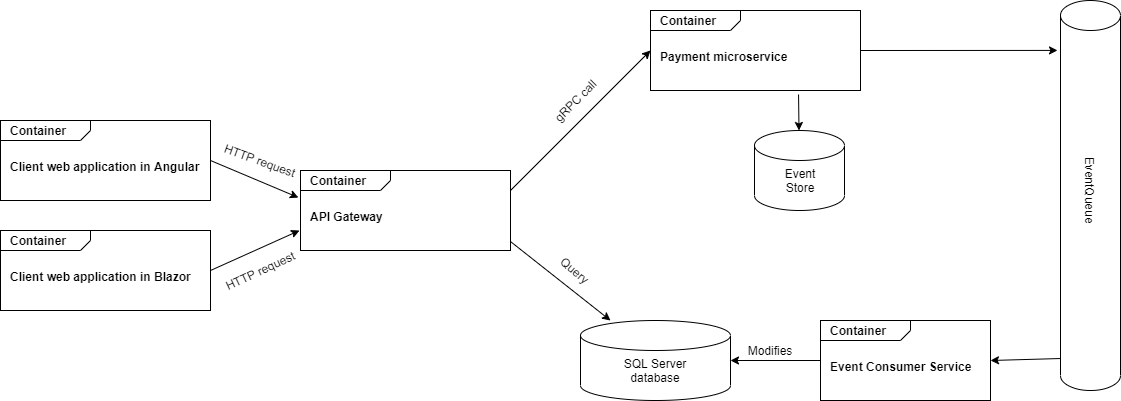
This is Components.png from regig4/NewPlace, a draw.io export, as it was before one commit. Source tidied: cells renumbered, new cells last; positions are measured from the earlier drawing's top-left corner, leaving out a move shared by most shapes.
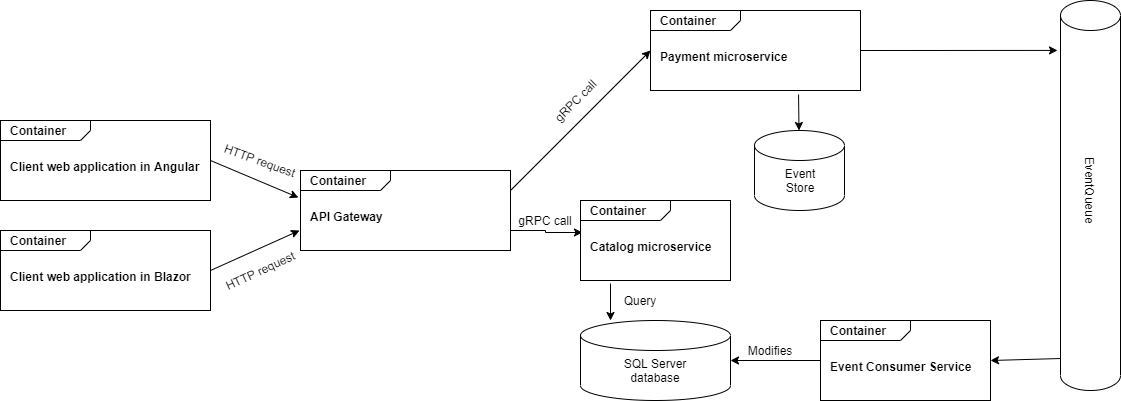
After the commit.

Change to the diagram source:
```diff
@@ -8,6 +8,9 @@
     <mxCell id="3" value="&lt;p style=&quot;margin: 0px ; margin-top: 4px ; margin-left: 10px ; text-align: left&quot;&gt;&lt;b&gt;Container&lt;/b&gt;&lt;/p&gt;&lt;p style=&quot;margin: 0px ; margin-top: 4px ; margin-left: 10px ; text-align: left&quot;&gt;&lt;b&gt;&lt;br&gt;&lt;/b&gt;&lt;/p&gt;&lt;p style=&quot;margin: 0px ; margin-top: 4px ; margin-left: 10px ; text-align: left&quot;&gt;&lt;b&gt;Client web application in Blazor&lt;/b&gt;&lt;/p&gt;" style="html=1;strokeWidth=1;shape=mxgraph.sysml.package;html=1;overflow=fill;whiteSpace=wrap;" parent="1" vertex="1">
       <mxGeometry y="230" width="210" height="80" as="geometry" />
     </mxCell>
+    <mxCell id="26" style="edgeStyle=orthogonalEdgeStyle;rounded=0;jettySize=auto;html=1;exitX=1;exitY=0.75;exitDx=0;exitDy=0;exitPerimeter=0;entryX=0.013;entryY=0.4;entryDx=0;entryDy=0;entryPerimeter=0;" parent="1" edge="1" source="4" target="27">
+      <mxGeometry relative="1" as="geometry" />
+    </mxCell>
     <mxCell id="4" value="&lt;p style=&quot;margin: 0px ; margin-top: 4px ; margin-left: 10px ; text-align: left&quot;&gt;&lt;b&gt;Container&lt;/b&gt;&lt;/p&gt;&lt;p style=&quot;margin: 0px ; margin-top: 4px ; margin-left: 10px ; text-align: left&quot;&gt;&lt;b&gt;&lt;br&gt;&lt;/b&gt;&lt;/p&gt;&lt;p style=&quot;margin: 0px ; margin-top: 4px ; margin-left: 10px ; text-align: left&quot;&gt;&lt;b&gt;API Gateway&lt;/b&gt;&lt;/p&gt;" style="html=1;strokeWidth=1;shape=mxgraph.sysml.package;html=1;overflow=fill;whiteSpace=wrap;" parent="1" vertex="1">
       <mxGeometry x="300" y="170" width="210" height="80" as="geometry" />
     </mxCell>
@@ -25,7 +28,7 @@
     <mxCell id="8" value="SQL Server database" style="text;html=1;strokeColor=none;fillColor=none;align=center;verticalAlign=middle;whiteSpace=wrap;rounded=0;" parent="1" vertex="1">
       <mxGeometry x="605" y="360" width="100" height="20" as="geometry" />
     </mxCell>
-    <mxCell id="9" style="endArrow=classic;html=1;exitX=1;exitY=0.888;exitDx=0;exitDy=0;exitPerimeter=0;entryX=0.2;entryY=0;entryDx=0;entryDy=0;entryPerimeter=0;" parent="1" edge="1" source="4" target="7">
+    <mxCell id="9" style="endArrow=classic;html=1;exitX=0.2;exitY=1.038;exitDx=0;exitDy=0;exitPerimeter=0;entryX=0.2;entryY=0;entryDx=0;entryDy=0;entryPerimeter=0;" parent="1" edge="1" source="27" target="7">
       <mxGeometry relative="1" as="geometry" />
     </mxCell>
     <mxCell id="10" value="&lt;p style=&quot;margin: 0px ; margin-top: 4px ; margin-left: 10px ; text-align: left&quot;&gt;&lt;b&gt;Container&lt;/b&gt;&lt;/p&gt;&lt;p style=&quot;margin: 0px ; margin-top: 4px ; margin-left: 10px ; text-align: left&quot;&gt;&lt;b&gt;&lt;br&gt;&lt;/b&gt;&lt;/p&gt;&lt;p style=&quot;margin: 0px ; margin-top: 4px ; margin-left: 10px ; text-align: left&quot;&gt;&lt;b&gt;Payment microservice&lt;/b&gt;&lt;/p&gt;" style="html=1;strokeWidth=1;shape=mxgraph.sysml.package;html=1;overflow=fill;whiteSpace=wrap;" parent="1" vertex="1">
@@ -37,8 +40,8 @@
     <mxCell id="12" value="gRPC call" style="text;html=1;strokeColor=none;fillColor=none;align=center;verticalAlign=middle;whiteSpace=wrap;rounded=0;rotation=-45;" parent="1" vertex="1">
       <mxGeometry x="540" y="90" width="70" height="20" as="geometry" />
     </mxCell>
-    <mxCell id="13" value="Query" style="text;html=1;strokeColor=none;fillColor=none;align=center;verticalAlign=middle;whiteSpace=wrap;rounded=0;rotation=40;" parent="1" vertex="1">
-      <mxGeometry x="555" y="260" width="40" height="20" as="geometry" />
+    <mxCell id="13" value="Query" style="text;html=1;strokeColor=none;fillColor=none;align=center;verticalAlign=middle;whiteSpace=wrap;rounded=0;rotation=0;" parent="1" vertex="1">
+      <mxGeometry x="620" y="290" width="40" height="20" as="geometry" />
     </mxCell>
     <mxCell id="14" value="HTTP request" style="text;html=1;strokeColor=none;fillColor=none;align=center;verticalAlign=middle;whiteSpace=wrap;rounded=0;rotation=20;" parent="1" vertex="1">
       <mxGeometry x="210" y="150" width="100" height="20" as="geometry" />
@@ -76,5 +79,11 @@
     <mxCell id="25" style="endArrow=classic;html=1;exitX=0;exitY=0.918;exitDx=0;exitDy=0;exitPerimeter=0;entryX=1;entryY=0.5;entryDx=0;entryDy=0;entryPerimeter=0;" parent="1" edge="1" source="22" target="16">
       <mxGeometry relative="1" as="geometry" />
     </mxCell>
+    <mxCell id="27" value="&lt;p style=&quot;margin: 0px ; margin-top: 4px ; margin-left: 10px ; text-align: left&quot;&gt;&lt;b&gt;Container&lt;/b&gt;&lt;/p&gt;&lt;p style=&quot;margin: 0px ; margin-top: 4px ; margin-left: 10px ; text-align: left&quot;&gt;&lt;b&gt;&lt;br&gt;&lt;/b&gt;&lt;/p&gt;&lt;p style=&quot;margin: 0px ; margin-top: 4px ; margin-left: 10px ; text-align: left&quot;&gt;&lt;b&gt;Catalog&amp;nbsp;&lt;/b&gt;&lt;b&gt;microservice&lt;/b&gt;&lt;/p&gt;" style="html=1;strokeWidth=1;shape=mxgraph.sysml.package;html=1;overflow=fill;whiteSpace=wrap;" parent="1" vertex="1">
+      <mxGeometry x="580" y="200" width="150" height="80" as="geometry" />
+    </mxCell>
+    <mxCell id="28" value="gRPC call" style="text;html=1;strokeColor=none;fillColor=none;align=center;verticalAlign=middle;whiteSpace=wrap;rounded=0;rotation=0;" parent="1" vertex="1">
+      <mxGeometry x="510" y="210" width="70" height="20" as="geometry" />
+    </mxCell>
   </root>
 </mxGraphModel>
```
